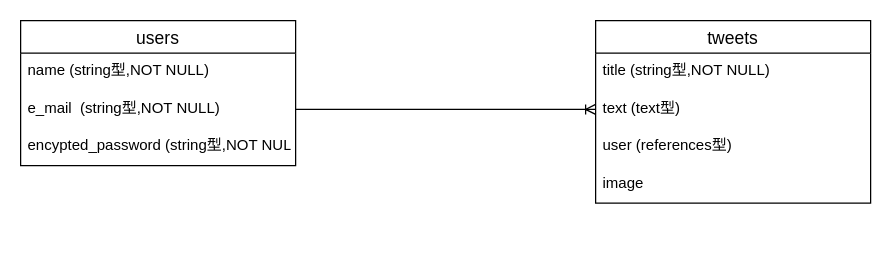
Above: er.dio in ma2sh0505/scheblo (draw.io), before the change. Source tidied: cells renumbered, new cells numbered last; positions are measured from the earlier drawing's top-left corner, leaving out a move shared by most shapes. Both pictures are drawn from the tidied source at 125%, with x=0, y=0 at pixel (20, 20).
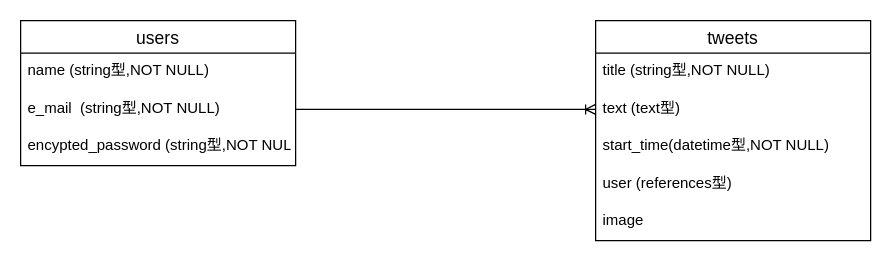
The same diagram, later.

Diff of the diagram source:
```diff
@@
 <mxGraphModel>
   <root>
     <mxCell id="0" />
     <mxCell id="1" parent="0" />
     <mxCell id="2" value="users" style="swimlane;fontStyle=0;horizontal=1;startSize=26;align=center;fontSize=14;" parent="1" vertex="1">
       <mxGeometry width="220" height="116" as="geometry" />
     </mxCell>
     <mxCell id="3" value="name (string型,NOT NULL)" style="text;strokeColor=none;fillColor=none;spacingLeft=4;spacingRight=4;overflow=hidden;fontSize=12;" parent="2" vertex="1">
       <mxGeometry y="26" width="220" height="30" as="geometry" />
     </mxCell>
     <mxCell id="4" value="e_mail  (string型,NOT NULL)" style="text;strokeColor=none;fillColor=none;spacingLeft=4;spacingRight=4;overflow=hidden;points=[[0,0.5],[1,0.5]];portConstraint=eastwest;fontSize=12;" parent="2" vertex="1">
       <mxGeometry y="56" width="220" height="30" as="geometry" />
     </mxCell>
     <mxCell id="5" value="encypted_password (string型,NOT NULL" style="text;strokeColor=none;fillColor=none;spacingLeft=4;spacingRight=4;overflow=hidden;fontSize=12;" parent="2" vertex="1">
       <mxGeometry y="86" width="220" height="30" as="geometry" />
     </mxCell>
     <mxCell id="6" value="tweets" style="swimlane;fontStyle=0;horizontal=1;startSize=26;align=center;fontSize=14;" parent="1" vertex="1">
-      <mxGeometry x="460" width="220" height="146" as="geometry" />
+      <mxGeometry x="460" width="220" height="176" as="geometry" />
     </mxCell>
     <mxCell id="7" value="title (string型,NOT NULL)" style="text;strokeColor=none;fillColor=none;spacingLeft=4;spacingRight=4;overflow=hidden;fontSize=12;" parent="6" vertex="1">
       <mxGeometry y="26" width="220" height="30" as="geometry" />
     </mxCell>
     <mxCell id="8" value="text (text型)" style="text;strokeColor=none;fillColor=none;spacingLeft=4;spacingRight=4;overflow=hidden;points=[[0,0.5],[1,0.5]];portConstraint=eastwest;fontSize=12;" parent="6" vertex="1">
       <mxGeometry y="56" width="220" height="30" as="geometry" />
     </mxCell>
+    <mxCell id="12" value="start_time(datetime型,NOT NULL)" style="text;strokeColor=none;fillColor=none;spacingLeft=4;spacingRight=4;overflow=hidden;fontSize=12;" parent="6" vertex="1">
+      <mxGeometry y="86" width="220" height="30" as="geometry" />
+    </mxCell>
     <mxCell id="9" value="user (references型)" style="text;strokeColor=none;fillColor=none;spacingLeft=4;spacingRight=4;overflow=hidden;fontSize=12;" parent="6" vertex="1">
-      <mxGeometry y="86" width="220" height="30" as="geometry" />
+      <mxGeometry y="116" width="220" height="30" as="geometry" />
     </mxCell>
     <mxCell id="10" value="image" style="text;strokeColor=none;fillColor=none;spacingLeft=4;spacingRight=4;overflow=hidden;fontSize=12;" parent="6" vertex="1">
-      <mxGeometry y="116" width="220" height="30" as="geometry" />
+      <mxGeometry y="146" width="220" height="30" as="geometry" />
     </mxCell>
     <mxCell id="11" style="edgeStyle=entityRelationEdgeStyle;fontSize=12;html=1;endArrow=ERoneToMany;exitX=1;exitY=0.5;exitDx=0;exitDy=0;entryX=0;entryY=0.5;entryDx=0;entryDy=0;" parent="1" edge="1" source="4" target="8">
       <mxGeometry relative="1" as="geometry" />
     </mxCell>
   </root>
 </mxGraphModel>
```
